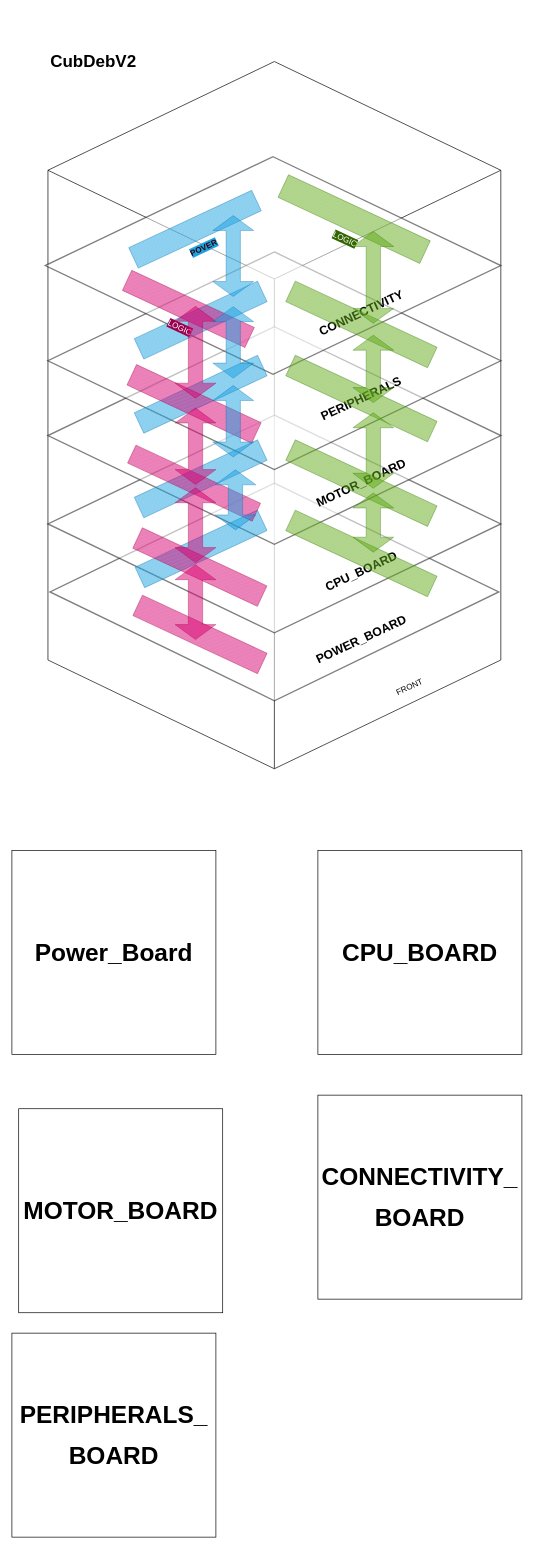
This is CubElec.drawio from f4deb/draw-io, a draw.io file, before an edit. Source tidied: cells renumbered, new cells numbered last; positions are measured from the earlier drawing's top-left corner, leaving out a move shared by most shapes. Both pictures are drawn from the tidied source at 68%, with x=0, y=0 at pixel (12, 48).
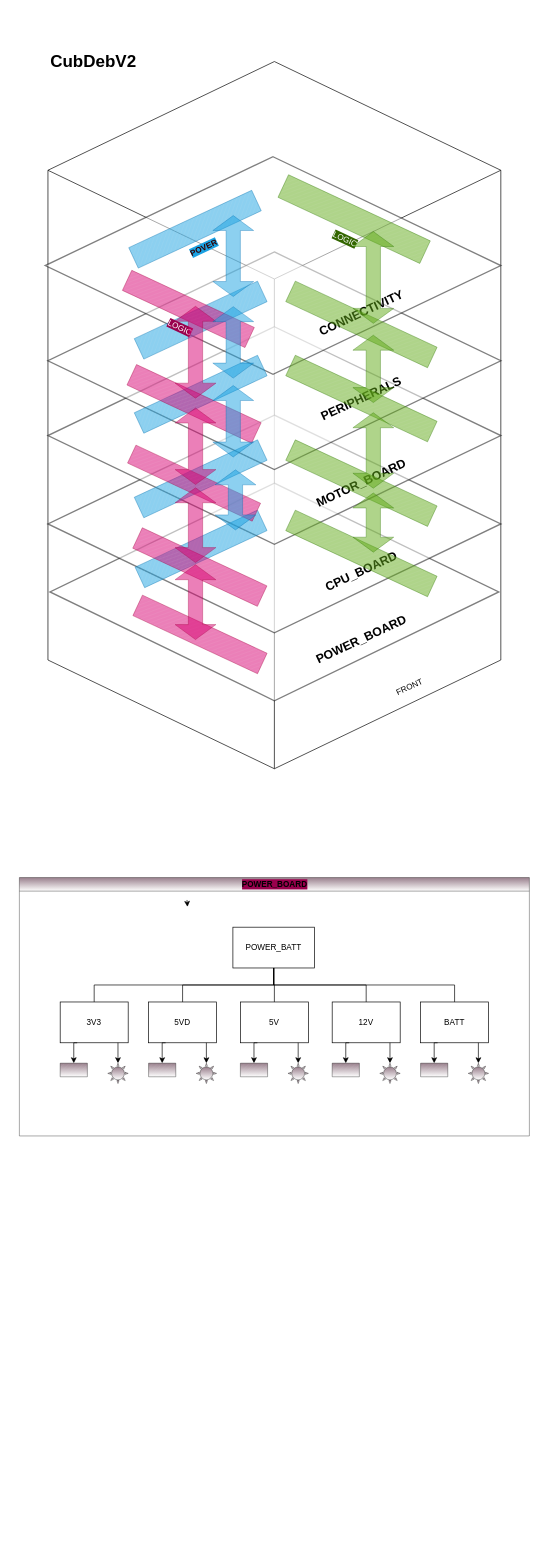
The same page after the edit.

Diff of the diagram source:
```diff
@@
-    <mxCell id="3" value="&lt;h1&gt;&lt;font style=&quot;font-size: 36px&quot; face=&quot;Helvetica&quot;&gt;Power_Board&lt;/font&gt;&lt;/h1&gt;" style="whiteSpace=wrap;html=1;" parent="1" vertex="1">
-      <mxGeometry y="1180" width="300" height="300" as="geometry" />
-    </mxCell>
-    <mxCell id="4" value="&lt;h1&gt;&lt;font style=&quot;font-size: 36px&quot;&gt;CPU_BOARD&lt;br&gt;&lt;/font&gt;&lt;/h1&gt;" style="whiteSpace=wrap;html=1;" parent="1" vertex="1">
-      <mxGeometry x="450" y="1180" width="300" height="300" as="geometry" />
-    </mxCell>
-    <mxCell id="5" value="&lt;h1&gt;&lt;font style=&quot;font-size: 36px&quot;&gt;CONNECTIVITY_&lt;/font&gt;&lt;/h1&gt;&lt;h1&gt;&lt;font style=&quot;font-size: 36px&quot;&gt;BOARD&lt;/font&gt;&lt;/h1&gt;" style="whiteSpace=wrap;html=1;" parent="1" vertex="1">
-      <mxGeometry x="450" y="1540" width="300" height="300" as="geometry" />
-    </mxCell>
-    <mxCell id="6" value="&lt;h1&gt;&lt;font style=&quot;font-size: 36px&quot;&gt;MOTOR_BOARD&lt;/font&gt;&lt;/h1&gt;" style="whiteSpace=wrap;html=1;" parent="1" vertex="1">
-      <mxGeometry x="10" y="1560" width="300" height="300" as="geometry" />
-    </mxCell>
-    <mxCell id="7" value="&lt;h1&gt;&lt;font style=&quot;font-size: 36px&quot;&gt;PERIPHERALS_&lt;/font&gt;&lt;/h1&gt;&lt;div&gt;&lt;h1&gt;&lt;font style=&quot;font-size: 36px&quot;&gt;BOARD&lt;/font&gt;&lt;/h1&gt;&lt;/div&gt;" style="whiteSpace=wrap;html=1;" parent="1" vertex="1">
-      <mxGeometry y="1890" width="300" height="300" as="geometry" />
-    </mxCell>
@@
+    <mxCell id="47" value="POWER_BOARD" style="swimlane;html=1;startSize=20;horizontal=1;containerType=tree;newEdgeStyle={&quot;edgeStyle&quot;:&quot;elbowEdgeStyle&quot;,&quot;startArrow&quot;:&quot;none&quot;,&quot;endArrow&quot;:&quot;none&quot;};rounded=0;labelBackgroundColor=#99004D;fillColor=#33001A;gradientColor=#ffffff;opacity=50;" parent="1" vertex="1">
+      <mxGeometry x="11" y="1220" width="750" height="380" as="geometry" />
+    </mxCell>
+    <mxCell id="48" style="edgeStyle=elbowEdgeStyle;elbow=vertical;startArrow=none;endArrow=none;rounded=0;" parent="47" edge="1" source="50" target="51">
+      <mxGeometry relative="1" as="geometry" />
+    </mxCell>
+    <mxCell id="49" style="edgeStyle=elbowEdgeStyle;elbow=vertical;startArrow=none;endArrow=none;rounded=0;" parent="47" edge="1" source="50" target="52">
+      <mxGeometry relative="1" as="geometry" />
+    </mxCell>
+    <mxCell id="50" value="POWER_BATT" style="whiteSpace=wrap;html=1;align=center;newEdgeStyle={&quot;edgeStyle&quot;:&quot;elbowEdgeStyle&quot;,&quot;startArrow&quot;:&quot;none&quot;,&quot;endArrow&quot;:&quot;none&quot;};" parent="47" vertex="1">
+      <mxGeometry x="314" y="73" width="120" height="60" as="geometry" />
+    </mxCell>
+    <mxCell id="51" value="3V3" style="whiteSpace=wrap;html=1;align=center;verticalAlign=middle;newEdgeStyle={&quot;edgeStyle&quot;:&quot;elbowEdgeStyle&quot;,&quot;startArrow&quot;:&quot;none&quot;,&quot;endArrow&quot;:&quot;none&quot;};" parent="47" vertex="1">
+      <mxGeometry x="60" y="183" width="100" height="60" as="geometry" />
+    </mxCell>
+    <mxCell id="52" value="5VD" style="whiteSpace=wrap;html=1;align=center;verticalAlign=middle;newEdgeStyle={&quot;edgeStyle&quot;:&quot;elbowEdgeStyle&quot;,&quot;startArrow&quot;:&quot;none&quot;,&quot;endArrow&quot;:&quot;none&quot;};" parent="47" vertex="1">
+      <mxGeometry x="190" y="183" width="100" height="60" as="geometry" />
+    </mxCell>
+    <mxCell id="53" style="edgeStyle=elbowEdgeStyle;elbow=vertical;startArrow=none;endArrow=none;rounded=0;" parent="47" edge="1" source="50" target="54">
+      <mxGeometry relative="1" as="geometry" />
+    </mxCell>
+    <mxCell id="54" value="5V" style="whiteSpace=wrap;html=1;align=center;verticalAlign=middle;newEdgeStyle={&quot;edgeStyle&quot;:&quot;elbowEdgeStyle&quot;,&quot;startArrow&quot;:&quot;none&quot;,&quot;endArrow&quot;:&quot;none&quot;};" parent="47" vertex="1">
+      <mxGeometry x="325" y="183" width="100" height="60" as="geometry" />
+    </mxCell>
+    <mxCell id="55" style="edgeStyle=elbowEdgeStyle;elbow=vertical;startArrow=none;endArrow=none;rounded=0;" parent="47" edge="1" source="50" target="56">
+      <mxGeometry relative="1" as="geometry" />
+    </mxCell>
+    <mxCell id="56" value="12V" style="whiteSpace=wrap;html=1;align=center;verticalAlign=middle;newEdgeStyle={&quot;edgeStyle&quot;:&quot;elbowEdgeStyle&quot;,&quot;startArrow&quot;:&quot;none&quot;,&quot;endArrow&quot;:&quot;none&quot;};" parent="47" vertex="1">
+      <mxGeometry x="460" y="183" width="100" height="60" as="geometry" />
+    </mxCell>
+    <mxCell id="57" style="edgeStyle=elbowEdgeStyle;elbow=vertical;startArrow=none;endArrow=none;rounded=0;" parent="47" edge="1" source="50" target="58">
+      <mxGeometry relative="1" as="geometry" />
+    </mxCell>
+    <mxCell id="58" value="BATT" style="whiteSpace=wrap;html=1;align=center;verticalAlign=middle;newEdgeStyle={&quot;edgeStyle&quot;:&quot;elbowEdgeStyle&quot;,&quot;startArrow&quot;:&quot;none&quot;,&quot;endArrow&quot;:&quot;none&quot;};" parent="47" vertex="1">
+      <mxGeometry x="590" y="183" width="100" height="60" as="geometry" />
+    </mxCell>
+    <mxCell id="59" style="verticalLabelPosition=bottom;verticalAlign=top;html=1;shape=mxgraph.basic.sun;rounded=0;labelBackgroundColor=#99004D;fillColor=#33001A;gradientColor=#ffffff;opacity=50;" parent="47" vertex="1">
+      <mxGeometry x="130" y="273" width="30" height="30" as="geometry" />
+    </mxCell>
+    <mxCell id="60" style="endArrow=classic;html=1;labelBackgroundColor=#660033;entryX=0.5;entryY=0;entryDx=0;entryDy=0;entryPerimeter=0;exitX=0.85;exitY=1;exitDx=0;exitDy=0;exitPerimeter=0;" parent="47" edge="1" source="51" target="59">
+      <mxGeometry relative="1" as="geometry" />
+    </mxCell>
+    <mxCell id="61" style="verticalLabelPosition=bottom;verticalAlign=top;html=1;shape=mxgraph.basic.sun;rounded=0;labelBackgroundColor=#99004D;fillColor=#33001A;gradientColor=#ffffff;opacity=50;" parent="47" vertex="1">
+      <mxGeometry x="260" y="273" width="30" height="30" as="geometry" />
+    </mxCell>
+    <mxCell id="62" style="endArrow=classic;html=1;labelBackgroundColor=#660033;entryX=0.5;entryY=0;entryDx=0;entryDy=0;entryPerimeter=0;exitX=0.85;exitY=1;exitDx=0;exitDy=0;exitPerimeter=0;" parent="47" edge="1" target="61">
+      <mxGeometry relative="1" as="geometry">
+        <mxPoint x="275" y="243" as="sourcePoint" />
+      </mxGeometry>
+    </mxCell>
+    <mxCell id="63" style="verticalLabelPosition=bottom;verticalAlign=top;html=1;shape=mxgraph.basic.sun;rounded=0;labelBackgroundColor=#99004D;fillColor=#33001A;gradientColor=#ffffff;opacity=50;" parent="47" vertex="1">
+      <mxGeometry x="395" y="273" width="30" height="30" as="geometry" />
+    </mxCell>
+    <mxCell id="64" style="endArrow=classic;html=1;labelBackgroundColor=#660033;entryX=0.5;entryY=0;entryDx=0;entryDy=0;entryPerimeter=0;exitX=0.85;exitY=1;exitDx=0;exitDy=0;exitPerimeter=0;" parent="47" edge="1" target="63">
+      <mxGeometry relative="1" as="geometry">
+        <mxPoint x="410" y="243" as="sourcePoint" />
+      </mxGeometry>
+    </mxCell>
+    <mxCell id="65" style="verticalLabelPosition=bottom;verticalAlign=top;html=1;shape=mxgraph.basic.sun;rounded=0;labelBackgroundColor=#99004D;fillColor=#33001A;gradientColor=#ffffff;opacity=50;" parent="47" vertex="1">
+      <mxGeometry x="530" y="273" width="30" height="30" as="geometry" />
+    </mxCell>
+    <mxCell id="66" style="endArrow=classic;html=1;labelBackgroundColor=#660033;entryX=0.5;entryY=0;entryDx=0;entryDy=0;entryPerimeter=0;exitX=0.85;exitY=1;exitDx=0;exitDy=0;exitPerimeter=0;" parent="47" edge="1" target="65">
+      <mxGeometry relative="1" as="geometry">
+        <mxPoint x="545" y="243" as="sourcePoint" />
+      </mxGeometry>
+    </mxCell>
+    <mxCell id="67" style="verticalLabelPosition=bottom;verticalAlign=top;html=1;shape=mxgraph.basic.sun;rounded=0;labelBackgroundColor=#99004D;fillColor=#33001A;gradientColor=#ffffff;opacity=50;" parent="47" vertex="1">
+      <mxGeometry x="660" y="273" width="30" height="30" as="geometry" />
+    </mxCell>
+    <mxCell id="68" style="endArrow=classic;html=1;labelBackgroundColor=#660033;entryX=0.5;entryY=0;entryDx=0;entryDy=0;entryPerimeter=0;exitX=0.85;exitY=1;exitDx=0;exitDy=0;exitPerimeter=0;" parent="47" edge="1" target="67">
+      <mxGeometry relative="1" as="geometry">
+        <mxPoint x="675" y="243" as="sourcePoint" />
+      </mxGeometry>
+    </mxCell>
+    <mxCell id="69" style="verticalLabelPosition=bottom;verticalAlign=top;html=1;shape=mxgraph.basic.patternFillRect;fillStyle=diag;step=5;fillStrokeWidth=0.2;fillStrokeColor=#dddddd;rounded=0;labelBackgroundColor=#99004D;fillColor=#33001A;gradientColor=#ffffff;opacity=50;" parent="47" vertex="1">
+      <mxGeometry x="60" y="273" width="40" height="20" as="geometry" />
+    </mxCell>
+    <mxCell id="70" style="edgeStyle=orthogonalEdgeStyle;rounded=0;jettySize=auto;html=1;exitX=0.25;exitY=1;exitDx=0;exitDy=0;entryX=0.5;entryY=0;entryDx=0;entryDy=0;entryPerimeter=0;labelBackgroundColor=#660033;" parent="47" edge="1" source="51" target="69">
+      <mxGeometry relative="1" as="geometry" />
+    </mxCell>
+    <mxCell id="71" style="verticalLabelPosition=bottom;verticalAlign=top;html=1;shape=mxgraph.basic.patternFillRect;fillStyle=diag;step=5;fillStrokeWidth=0.2;fillStrokeColor=#dddddd;rounded=0;labelBackgroundColor=#99004D;fillColor=#33001A;gradientColor=#ffffff;opacity=50;" parent="47" vertex="1">
+      <mxGeometry x="190" y="273" width="40" height="20" as="geometry" />
+    </mxCell>
+    <mxCell id="72" style="edgeStyle=orthogonalEdgeStyle;rounded=0;jettySize=auto;html=1;exitX=0.25;exitY=1;exitDx=0;exitDy=0;entryX=0.5;entryY=0;entryDx=0;entryDy=0;entryPerimeter=0;labelBackgroundColor=#660033;" parent="47" edge="1" target="71">
+      <mxGeometry relative="1" as="geometry">
+        <mxPoint x="215" y="243" as="sourcePoint" />
+      </mxGeometry>
+    </mxCell>
+    <mxCell id="73" style="verticalLabelPosition=bottom;verticalAlign=top;html=1;shape=mxgraph.basic.patternFillRect;fillStyle=diag;step=5;fillStrokeWidth=0.2;fillStrokeColor=#dddddd;rounded=0;labelBackgroundColor=#99004D;fillColor=#33001A;gradientColor=#ffffff;opacity=50;" parent="47" vertex="1">
+      <mxGeometry x="325" y="273" width="40" height="20" as="geometry" />
+    </mxCell>
+    <mxCell id="74" style="edgeStyle=orthogonalEdgeStyle;rounded=0;jettySize=auto;html=1;exitX=0.25;exitY=1;exitDx=0;exitDy=0;entryX=0.5;entryY=0;entryDx=0;entryDy=0;entryPerimeter=0;labelBackgroundColor=#660033;" parent="47" edge="1" target="73">
+      <mxGeometry relative="1" as="geometry">
+        <mxPoint x="350" y="243" as="sourcePoint" />
+      </mxGeometry>
+    </mxCell>
+    <mxCell id="75" style="verticalLabelPosition=bottom;verticalAlign=top;html=1;shape=mxgraph.basic.patternFillRect;fillStyle=diag;step=5;fillStrokeWidth=0.2;fillStrokeColor=#dddddd;rounded=0;labelBackgroundColor=#99004D;fillColor=#33001A;gradientColor=#ffffff;opacity=50;" parent="47" vertex="1">
+      <mxGeometry x="460" y="273" width="40" height="20" as="geometry" />
+    </mxCell>
+    <mxCell id="76" style="edgeStyle=orthogonalEdgeStyle;rounded=0;jettySize=auto;html=1;exitX=0.25;exitY=1;exitDx=0;exitDy=0;entryX=0.5;entryY=0;entryDx=0;entryDy=0;entryPerimeter=0;labelBackgroundColor=#660033;" parent="47" edge="1" target="75">
+      <mxGeometry relative="1" as="geometry">
+        <mxPoint x="485" y="243" as="sourcePoint" />
+      </mxGeometry>
+    </mxCell>
+    <mxCell id="77" style="verticalLabelPosition=bottom;verticalAlign=top;html=1;shape=mxgraph.basic.patternFillRect;fillStyle=diag;step=5;fillStrokeWidth=0.2;fillStrokeColor=#dddddd;rounded=0;labelBackgroundColor=#99004D;fillColor=#33001A;gradientColor=#ffffff;opacity=50;" parent="47" vertex="1">
+      <mxGeometry x="590" y="273" width="40" height="20" as="geometry" />
+    </mxCell>
+    <mxCell id="78" style="edgeStyle=orthogonalEdgeStyle;rounded=0;jettySize=auto;html=1;exitX=0.25;exitY=1;exitDx=0;exitDy=0;entryX=0.5;entryY=0;entryDx=0;entryDy=0;entryPerimeter=0;labelBackgroundColor=#660033;" parent="47" edge="1" target="77">
+      <mxGeometry relative="1" as="geometry">
+        <mxPoint x="615" y="243" as="sourcePoint" />
+      </mxGeometry>
+    </mxCell>
+    <mxCell id="79" style="edgeStyle=orthogonalEdgeStyle;rounded=0;orthogonalLoop=1;jettySize=auto;html=1;exitX=0.25;exitY=0;exitDx=0;exitDy=0;entryX=0.251;entryY=0.019;entryDx=0;entryDy=0;entryPerimeter=0;labelBackgroundColor=#660033;" parent="1" edge="1">
+      <mxGeometry relative="1" as="geometry">
+        <mxPoint x="257.5" y="1253" as="sourcePoint" />
+        <mxPoint x="258.2" y="1263.1" as="targetPoint" />
+      </mxGeometry>
+    </mxCell>
```
